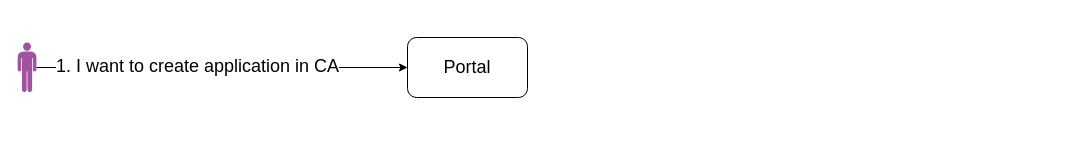
landerpaz/AI keeps this draw.io diagram as page "Intent Identification" (2 of 2) of Untitled Diagram.drawio. Above is the earlier version. Source tidied: cells renumbered, new cells numbered last; positions are measured from the earlier drawing's top-left corner, leaving out a move shared by most shapes. Both pictures are drawn from the tidied source at 100%, with x=0, y=0 at pixel (17, 37). Pictures stored in the file or linked from it are replaced by grey dashed boxes.
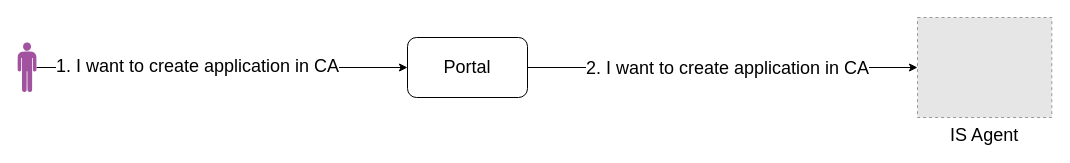
The same diagram, later.

The edit, as a diff of the source:
```diff
@@
 <mxGraphModel background="#ffffff">
   <root>
     <mxCell id="0" />
     <mxCell id="1" parent="0" />
     <mxCell id="2" style="edgeStyle=orthogonalEdgeStyle;rounded=0;jettySize=auto;html=1;entryX=0;entryY=0.5;entryDx=0;entryDy=0;" parent="1" edge="1" source="4" target="5">
       <mxGeometry relative="1" as="geometry" />
     </mxCell>
     <mxCell id="3" value="&lt;font style=&quot;font-size: 18px;&quot;&gt;1. I want to create application in CA&lt;/font&gt;" style="edgeLabel;html=1;align=center;verticalAlign=middle;" parent="2" vertex="1">
       <mxGeometry x="-0.14" y="2" relative="1" as="geometry" />
     </mxCell>
     <mxCell id="4" style="verticalLabelPosition=bottom;sketch=0;html=1;fillColor=#A153A0;verticalAlign=top;align=center;shape=mxgraph.cisco_safe.design.actor_2;" parent="1" vertex="1">
       <mxGeometry y="5" width="19" height="50" as="geometry" />
     </mxCell>
+    <mxCell id="6" style="edgeStyle=orthogonalEdgeStyle;rounded=0;jettySize=auto;html=1;" parent="1" edge="1" source="5" target="8">
+      <mxGeometry relative="1" as="geometry" />
+    </mxCell>
+    <mxCell id="7" value="&lt;span style=&quot;font-size: 18px;&quot;&gt;2. I want to create application in CA&lt;/span&gt;" style="edgeLabel;html=1;align=center;verticalAlign=middle;" parent="6" vertex="1">
+      <mxGeometry x="-0.21" y="-2" relative="1" as="geometry">
+        <mxPoint x="45" y="-2" as="offset" />
+      </mxGeometry>
+    </mxCell>
     <mxCell id="5" value="&lt;font style=&quot;font-size: 18px;&quot;&gt;Portal&lt;/font&gt;" style="rounded=1;whiteSpace=wrap;html=1;" parent="1" vertex="1">
       <mxGeometry x="390" width="120" height="60" as="geometry" />
     </mxCell>
+    <mxCell id="8" value="IS Agent" style="fillColor=#E6E6E6;strokeColor=#999999;dashed=1;verticalLabelPosition=bottom;labelBackgroundColor=default;verticalAlign=top;fontSize=18;" parent="1" vertex="1">
+      <mxGeometry x="900" y="-20" width="134.3" height="100" as="geometry" />
+    </mxCell>
   </root>
 </mxGraphModel>
```
